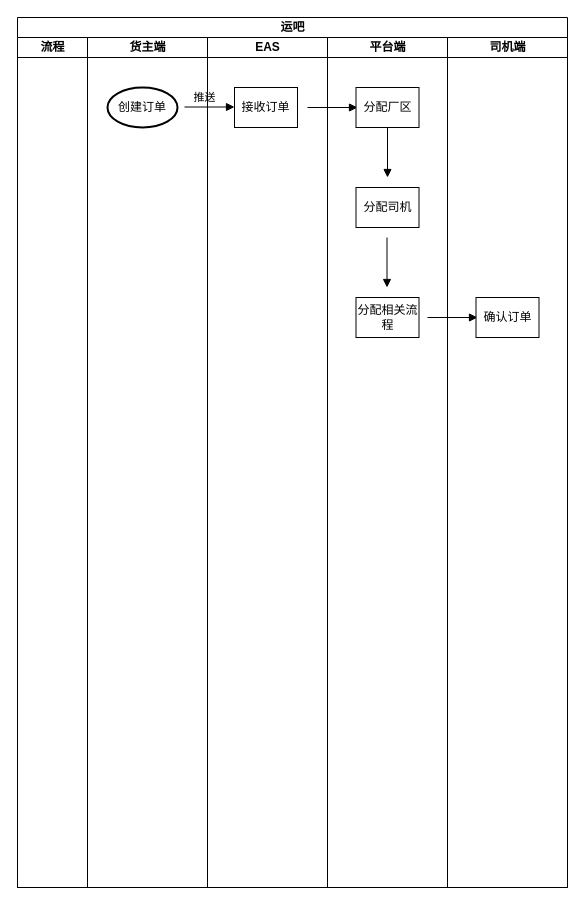
an-data/draw keeps this draw.io diagram as 运吧/运吧流程图.drawio. Above is the earlier version. Source tidied: cells renumbered, new cells numbered last; positions are measured from the earlier drawing's top-left corner, leaving out a move shared by most shapes. Both pictures are drawn from the tidied source at 100%, with x=0, y=0 at pixel (17, 17).
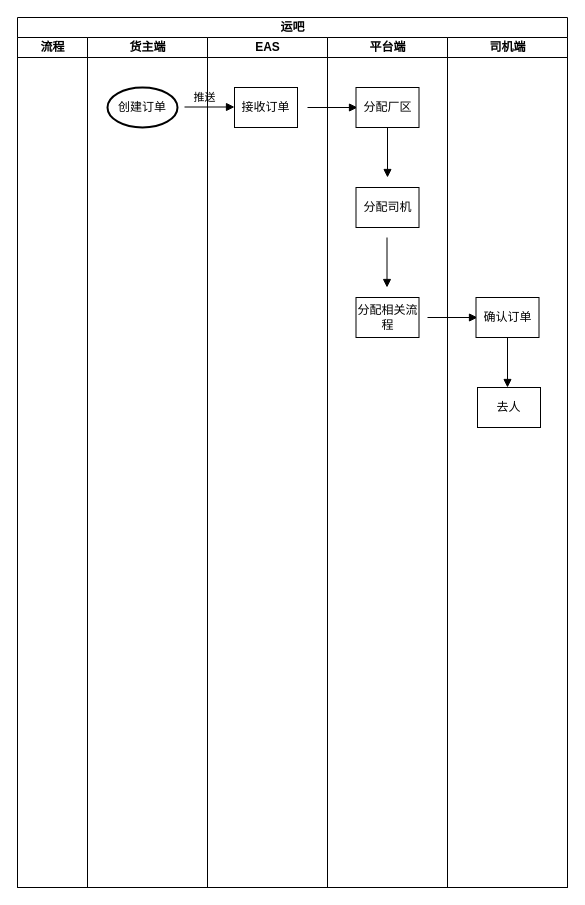
The same page after the edit.

Commit message:
更新运吧流程图.drawio

The change refers to these unchanged cells:
```xml
<mxCell id="18" value="司机端" style="swimlane;startSize=20;html=1;" parent="2" vertex="1">
  <mxGeometry x="430" y="20" width="120" height="850" as="geometry" />
</mxCell>
```

What changed in the source:
```diff
@@
+    <mxCell id="20" style="html=1;verticalAlign=bottom;endArrow=block;curved=0;rounded=0;" parent="18" edge="1">
+      <mxGeometry relative="1" as="geometry">
+        <mxPoint x="60" y="300" as="sourcePoint" />
+        <mxPoint x="60" y="350" as="targetPoint" />
+      </mxGeometry>
+    </mxCell>
+    <mxCell id="21" value="去人" style="whiteSpace=wrap;html=1;" parent="18" vertex="1">
+      <mxGeometry x="30" y="350" width="63" height="40" as="geometry" />
+    </mxCell>
```
